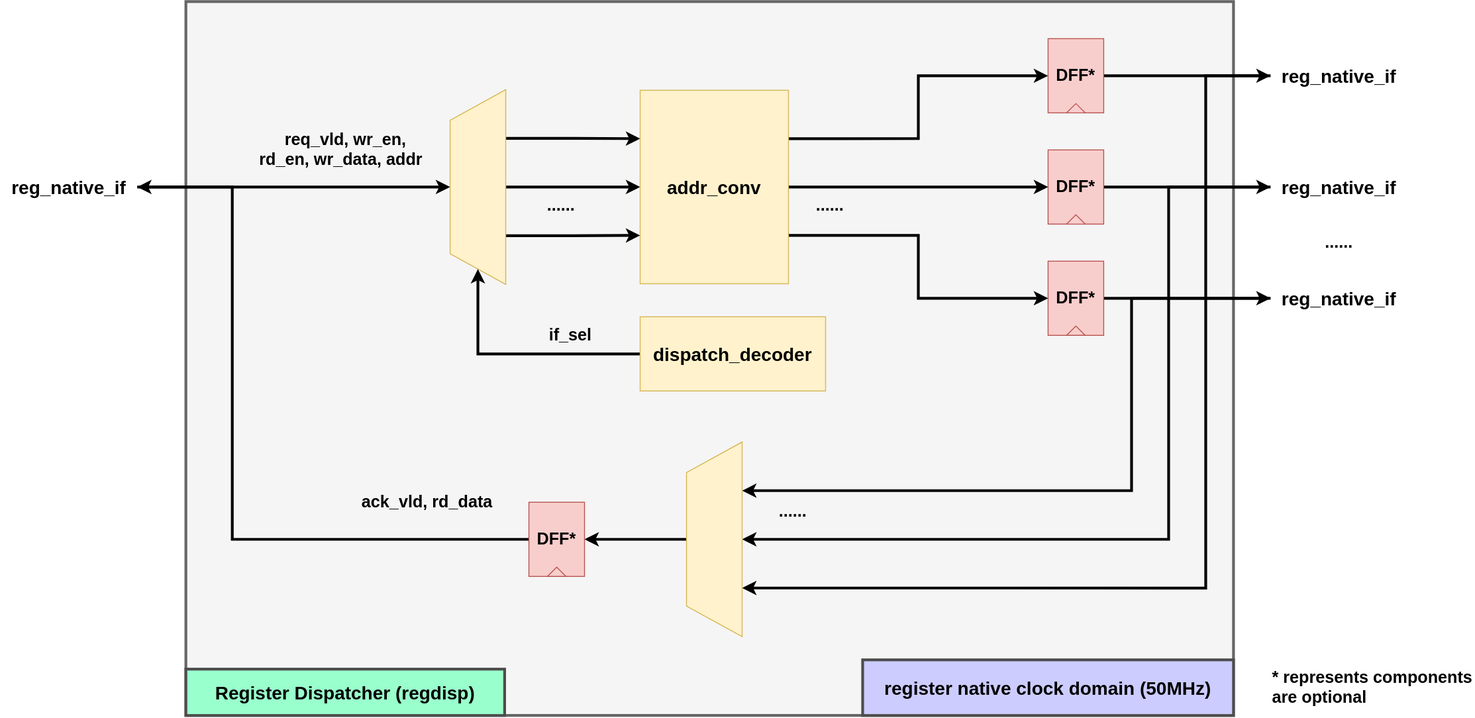
The draw.io diagram docs/pics/regdisp_rtl_infra.svg in howsayhao/hj_reg_auto, before a commit. Source tidied: cells renumbered, new cells last; positions are measured from the earlier drawing's top-left corner, leaving out a move shared by most shapes. Its diagram source:
```xml
<mxGraphModel>
  <root>
    <mxCell id="0" />
    <mxCell id="1" parent="0" />
    <mxCell id="2" style="shape=corner;whiteSpace=wrap;html=1;fillColor=#f5f5f5;dx=1000;dy=910;strokeWidth=3;strokeColor=#666666;fontColor=#333333;fontSize=18;" parent="1" vertex="1">
      <mxGeometry x="200" width="1130" height="770" as="geometry" />
    </mxCell>
    <mxCell id="3" style="edgeStyle=orthogonalEdgeStyle;rounded=0;html=1;exitX=0;exitY=0.5;exitDx=0;exitDy=0;entryX=0.75;entryY=1;entryDx=0;entryDy=0;strokeWidth=3;" parent="1" edge="1" source="4" target="32">
      <mxGeometry relative="1" as="geometry">
        <Array as="points">
          <mxPoint x="1220" y="320" />
          <mxPoint x="1220" y="527" />
        </Array>
      </mxGeometry>
    </mxCell>
    <mxCell id="4" value="reg_native_if" style="rounded=0;whiteSpace=wrap;html=1;fontSize=20;fillColor=none;strokeColor=none;fontStyle=1;" parent="1" vertex="1">
      <mxGeometry x="1370" y="300" width="147.5" height="40" as="geometry" />
    </mxCell>
    <mxCell id="5" style="edgeStyle=orthogonalEdgeStyle;rounded=0;html=1;exitX=1;exitY=0.5;exitDx=0;exitDy=0;entryX=0;entryY=0.5;entryDx=0;entryDy=0;strokeWidth=3;" parent="1" edge="1" source="25" target="9">
      <mxGeometry relative="1" as="geometry" />
    </mxCell>
    <mxCell id="6" style="edgeStyle=orthogonalEdgeStyle;rounded=0;html=1;exitX=1;exitY=0.5;exitDx=0;exitDy=0;strokeWidth=3;entryX=0;entryY=0.5;entryDx=0;entryDy=0;" parent="1" edge="1" source="15" target="11">
      <mxGeometry relative="1" as="geometry" />
    </mxCell>
    <mxCell id="7" style="edgeStyle=orthogonalEdgeStyle;rounded=0;html=1;exitX=1;exitY=0.5;exitDx=0;exitDy=0;entryX=0;entryY=0.5;entryDx=0;entryDy=0;strokeWidth=3;" parent="1" edge="1" source="22" target="4">
      <mxGeometry relative="1" as="geometry" />
    </mxCell>
    <mxCell id="8" style="edgeStyle=orthogonalEdgeStyle;rounded=0;html=1;exitX=0;exitY=0.5;exitDx=0;exitDy=0;entryX=0.25;entryY=1;entryDx=0;entryDy=0;strokeWidth=3;" parent="1" edge="1" source="9" target="32">
      <mxGeometry relative="1" as="geometry">
        <Array as="points">
          <mxPoint x="1300" y="80" />
          <mxPoint x="1300" y="633" />
        </Array>
      </mxGeometry>
    </mxCell>
    <mxCell id="9" value="reg_native_if" style="rounded=0;whiteSpace=wrap;html=1;fontSize=20;fillColor=none;strokeColor=none;fontStyle=1;" parent="1" vertex="1">
      <mxGeometry x="1370" y="60" width="147.5" height="40" as="geometry" />
    </mxCell>
    <mxCell id="10" style="edgeStyle=orthogonalEdgeStyle;rounded=0;html=1;exitX=0;exitY=0.5;exitDx=0;exitDy=0;entryX=0.5;entryY=1;entryDx=0;entryDy=0;strokeWidth=3;" parent="1" edge="1" source="11" target="32">
      <mxGeometry relative="1" as="geometry">
        <Array as="points">
          <mxPoint x="1260" y="200" />
          <mxPoint x="1260" y="580" />
        </Array>
      </mxGeometry>
    </mxCell>
    <mxCell id="11" value="reg_native_if" style="rounded=0;whiteSpace=wrap;html=1;fontSize=20;fillColor=none;strokeColor=none;fontStyle=1;" parent="1" vertex="1">
      <mxGeometry x="1370" y="180" width="147.5" height="40" as="geometry" />
    </mxCell>
    <mxCell id="12" value="Register Dispatcher (regdisp)" style="text;html=1;strokeColor=#4D4D4D;fillColor=#99FFCC;align=center;verticalAlign=middle;whiteSpace=wrap;rounded=0;fontSize=20;fontStyle=1;strokeWidth=3;" parent="1" vertex="1">
      <mxGeometry x="200" y="720" width="343.8" height="50" as="geometry" />
    </mxCell>
    <mxCell id="13" value="&lt;b style=&quot;font-size: 20px&quot;&gt;register native clock domain (50MHz)&lt;/b&gt;" style="rounded=0;whiteSpace=wrap;html=1;fillColor=#CCCCFF;fontSize=20;strokeColor=#4D4D4D;strokeWidth=3;" parent="1" vertex="1">
      <mxGeometry x="930" y="710" width="400" height="60" as="geometry" />
    </mxCell>
    <mxCell id="14" style="group;" parent="1" vertex="1">
      <mxGeometry x="1130" y="160" width="60" height="80" as="geometry" />
    </mxCell>
    <mxCell id="15" value="&lt;b&gt;DFF*&lt;/b&gt;" style="rounded=0;whiteSpace=wrap;html=1;fontSize=18;fillColor=#f8cecc;strokeColor=#b85450;" parent="14" vertex="1">
      <mxGeometry width="60" height="80" as="geometry" />
    </mxCell>
    <mxCell id="16" style="triangle;whiteSpace=wrap;html=1;fontSize=18;rotation=-90;fillColor=#f8cecc;strokeColor=#b85450;" parent="14" vertex="1">
      <mxGeometry x="25" y="65" width="10" height="20" as="geometry" />
    </mxCell>
    <mxCell id="17" style="edgeStyle=orthogonalEdgeStyle;rounded=0;html=1;exitX=0.75;exitY=1;exitDx=0;exitDy=0;entryX=0;entryY=0.25;entryDx=0;entryDy=0;strokeWidth=3;" parent="1" edge="1" source="20" target="36">
      <mxGeometry relative="1" as="geometry" />
    </mxCell>
    <mxCell id="18" style="edgeStyle=orthogonalEdgeStyle;rounded=0;html=1;exitX=0.5;exitY=1;exitDx=0;exitDy=0;entryX=0;entryY=0.5;entryDx=0;entryDy=0;strokeWidth=3;" parent="1" edge="1" source="20" target="36">
      <mxGeometry relative="1" as="geometry" />
    </mxCell>
    <mxCell id="19" style="edgeStyle=orthogonalEdgeStyle;rounded=0;html=1;exitX=0.25;exitY=1;exitDx=0;exitDy=0;entryX=0;entryY=0.75;entryDx=0;entryDy=0;strokeWidth=3;" parent="1" edge="1" source="20" target="36">
      <mxGeometry relative="1" as="geometry" />
    </mxCell>
    <mxCell id="20" style="shape=trapezoid;perimeter=trapezoidPerimeter;whiteSpace=wrap;html=1;fixedSize=1;fontSize=18;fillColor=#fff2cc;strokeColor=#d6b656;rotation=-90;size=33;" parent="1" vertex="1">
      <mxGeometry x="410" y="170" width="210" height="60" as="geometry" />
    </mxCell>
    <mxCell id="21" style="group;" parent="1" vertex="1">
      <mxGeometry x="1130" y="280" width="60" height="80" as="geometry" />
    </mxCell>
    <mxCell id="22" value="&lt;b&gt;DFF*&lt;/b&gt;" style="rounded=0;whiteSpace=wrap;html=1;fontSize=18;fillColor=#f8cecc;strokeColor=#b85450;" parent="21" vertex="1">
      <mxGeometry width="60" height="80" as="geometry" />
    </mxCell>
    <mxCell id="23" style="triangle;whiteSpace=wrap;html=1;fontSize=18;rotation=-90;fillColor=#f8cecc;strokeColor=#b85450;" parent="21" vertex="1">
      <mxGeometry x="25" y="65" width="10" height="20" as="geometry" />
    </mxCell>
    <mxCell id="24" style="group;fontStyle=1;" parent="1" vertex="1">
      <mxGeometry x="1130" y="40" width="60" height="80" as="geometry" />
    </mxCell>
    <mxCell id="25" value="&lt;b&gt;DFF*&lt;/b&gt;" style="rounded=0;whiteSpace=wrap;html=1;fontSize=18;fillColor=#f8cecc;strokeColor=#b85450;" parent="24" vertex="1">
      <mxGeometry width="60" height="80" as="geometry" />
    </mxCell>
    <mxCell id="26" style="triangle;whiteSpace=wrap;html=1;fontSize=18;rotation=-90;fillColor=#f8cecc;strokeColor=#b85450;" parent="24" vertex="1">
      <mxGeometry x="25" y="65" width="10" height="20" as="geometry" />
    </mxCell>
    <mxCell id="27" value="&lt;b&gt;req_vld, wr_en,&lt;br&gt;rd_en, wr_data, addr&amp;nbsp;&amp;nbsp;&lt;/b&gt;" style="text;html=1;strokeColor=none;fillColor=none;align=center;verticalAlign=middle;whiteSpace=wrap;rounded=0;fontSize=18;fontColor=#000000;" parent="1" vertex="1">
      <mxGeometry x="272.3" y="130" width="201.5" height="60" as="geometry" />
    </mxCell>
    <mxCell id="28" style="edgeStyle=orthogonalEdgeStyle;rounded=0;html=1;entryX=0;entryY=0.5;entryDx=0;entryDy=0;strokeWidth=3;" parent="1" edge="1" source="29" target="20">
      <mxGeometry relative="1" as="geometry" />
    </mxCell>
    <mxCell id="29" value="dispatch_decoder" style="rounded=0;whiteSpace=wrap;html=1;fillColor=#fff2cc;fontStyle=1;fontSize=20;strokeColor=#d6b656;" parent="1" vertex="1">
      <mxGeometry x="690" y="340" width="200" height="80" as="geometry" />
    </mxCell>
    <mxCell id="30" style="edgeStyle=orthogonalEdgeStyle;rounded=0;jumpStyle=arc;html=1;strokeWidth=3;exitX=0;exitY=0.5;exitDx=0;exitDy=0;entryX=1;entryY=0.5;entryDx=0;entryDy=0;" parent="1" edge="1" source="43" target="38">
      <mxGeometry relative="1" as="geometry">
        <Array as="points">
          <mxPoint x="250" y="580" />
          <mxPoint x="250" y="200" />
        </Array>
      </mxGeometry>
    </mxCell>
    <mxCell id="31" style="edgeStyle=orthogonalEdgeStyle;rounded=0;html=1;exitX=0.5;exitY=0;exitDx=0;exitDy=0;fontColor=#000000;strokeWidth=3;entryX=1;entryY=0.5;entryDx=0;entryDy=0;" parent="1" edge="1" source="32" target="43">
      <mxGeometry relative="1" as="geometry" />
    </mxCell>
    <mxCell id="32" style="shape=trapezoid;perimeter=trapezoidPerimeter;whiteSpace=wrap;html=1;fixedSize=1;fontSize=18;fillColor=#fff2cc;strokeColor=#d6b656;rotation=-90;size=33;" parent="1" vertex="1">
      <mxGeometry x="665" y="550" width="210" height="60" as="geometry" />
    </mxCell>
    <mxCell id="33" style="edgeStyle=orthogonalEdgeStyle;rounded=0;html=1;exitX=1;exitY=0.75;exitDx=0;exitDy=0;entryX=0;entryY=0.5;entryDx=0;entryDy=0;strokeWidth=3;" parent="1" edge="1" source="36" target="22">
      <mxGeometry relative="1" as="geometry" />
    </mxCell>
    <mxCell id="34" style="edgeStyle=orthogonalEdgeStyle;rounded=0;html=1;exitX=1;exitY=0.5;exitDx=0;exitDy=0;entryX=0;entryY=0.5;entryDx=0;entryDy=0;strokeWidth=3;" parent="1" edge="1" source="36" target="15">
      <mxGeometry relative="1" as="geometry" />
    </mxCell>
    <mxCell id="35" style="edgeStyle=orthogonalEdgeStyle;rounded=0;html=1;exitX=1;exitY=0.25;exitDx=0;exitDy=0;entryX=0;entryY=0.5;entryDx=0;entryDy=0;strokeWidth=3;" parent="1" edge="1" source="36" target="25">
      <mxGeometry relative="1" as="geometry" />
    </mxCell>
    <mxCell id="36" value="addr_conv" style="rounded=0;whiteSpace=wrap;html=1;fillColor=#fff2cc;fontStyle=1;fontSize=20;strokeColor=#d6b656;" parent="1" vertex="1">
      <mxGeometry x="690" y="95.6" width="160" height="208.8" as="geometry" />
    </mxCell>
    <mxCell id="37" style="edgeStyle=orthogonalEdgeStyle;rounded=0;html=1;exitX=1;exitY=0.5;exitDx=0;exitDy=0;entryX=0.5;entryY=0;entryDx=0;entryDy=0;fontColor=#000000;strokeWidth=3;" parent="1" edge="1" source="38" target="20">
      <mxGeometry relative="1" as="geometry" />
    </mxCell>
    <mxCell id="38" value="reg_native_if" style="rounded=0;whiteSpace=wrap;html=1;fontSize=20;fillColor=none;strokeColor=none;fontStyle=1;" parent="1" vertex="1">
      <mxGeometry y="180" width="147.5" height="40" as="geometry" />
    </mxCell>
    <mxCell id="39" value="&lt;b&gt;if_sel&lt;/b&gt;" style="text;html=1;strokeColor=none;fillColor=none;align=center;verticalAlign=middle;whiteSpace=wrap;rounded=0;fontSize=18;fontColor=#000000;" parent="1" vertex="1">
      <mxGeometry x="570" y="340" width="90" height="40" as="geometry" />
    </mxCell>
    <mxCell id="40" value="&lt;b&gt;ack_vld, rd_data&lt;/b&gt;" style="text;html=1;strokeColor=none;fillColor=none;align=center;verticalAlign=middle;whiteSpace=wrap;rounded=0;fontSize=18;fontColor=#000000;" parent="1" vertex="1">
      <mxGeometry x="360" y="510" width="201.5" height="60" as="geometry" />
    </mxCell>
    <mxCell id="41" value="&lt;b&gt;* represents components are optional&lt;/b&gt;" style="text;html=1;strokeColor=none;fillColor=none;align=left;verticalAlign=middle;whiteSpace=wrap;rounded=0;fontSize=18;fontColor=#000000;" parent="1" vertex="1">
      <mxGeometry x="1370" y="710" width="220" height="60" as="geometry" />
    </mxCell>
    <mxCell id="42" style="group;" parent="1" vertex="1">
      <mxGeometry x="570" y="540" width="60" height="80" as="geometry" />
    </mxCell>
    <mxCell id="43" value="&lt;b&gt;DFF*&lt;/b&gt;" style="rounded=0;whiteSpace=wrap;html=1;fontSize=18;fillColor=#f8cecc;strokeColor=#b85450;" parent="42" vertex="1">
      <mxGeometry width="60" height="80" as="geometry" />
    </mxCell>
    <mxCell id="44" style="triangle;whiteSpace=wrap;html=1;fontSize=18;rotation=-90;fillColor=#f8cecc;strokeColor=#b85450;" parent="42" vertex="1">
      <mxGeometry x="25" y="65" width="10" height="20" as="geometry" />
    </mxCell>
    <mxCell id="45" value="&lt;b&gt;......&lt;/b&gt;" style="text;html=1;strokeColor=none;fillColor=none;align=center;verticalAlign=middle;whiteSpace=wrap;rounded=0;fontSize=18;fontColor=#000000;" parent="1" vertex="1">
      <mxGeometry x="1408.8" y="240" width="70" height="40" as="geometry" />
    </mxCell>
    <mxCell id="46" value="&lt;b&gt;......&lt;/b&gt;" style="text;html=1;strokeColor=none;fillColor=none;align=center;verticalAlign=middle;whiteSpace=wrap;rounded=0;fontSize=18;fontColor=#000000;" parent="1" vertex="1">
      <mxGeometry x="860" y="200" width="70" height="40" as="geometry" />
    </mxCell>
    <mxCell id="47" value="&lt;b&gt;......&lt;/b&gt;" style="text;html=1;strokeColor=none;fillColor=none;align=center;verticalAlign=middle;whiteSpace=wrap;rounded=0;fontSize=18;fontColor=#000000;" parent="1" vertex="1">
      <mxGeometry x="570" y="200" width="70" height="40" as="geometry" />
    </mxCell>
    <mxCell id="48" value="&lt;b&gt;......&lt;/b&gt;" style="text;html=1;strokeColor=none;fillColor=none;align=center;verticalAlign=middle;whiteSpace=wrap;rounded=0;fontSize=18;fontColor=#000000;" parent="1" vertex="1">
      <mxGeometry x="820" y="530" width="70" height="40" as="geometry" />
    </mxCell>
  </root>
</mxGraphModel>
```
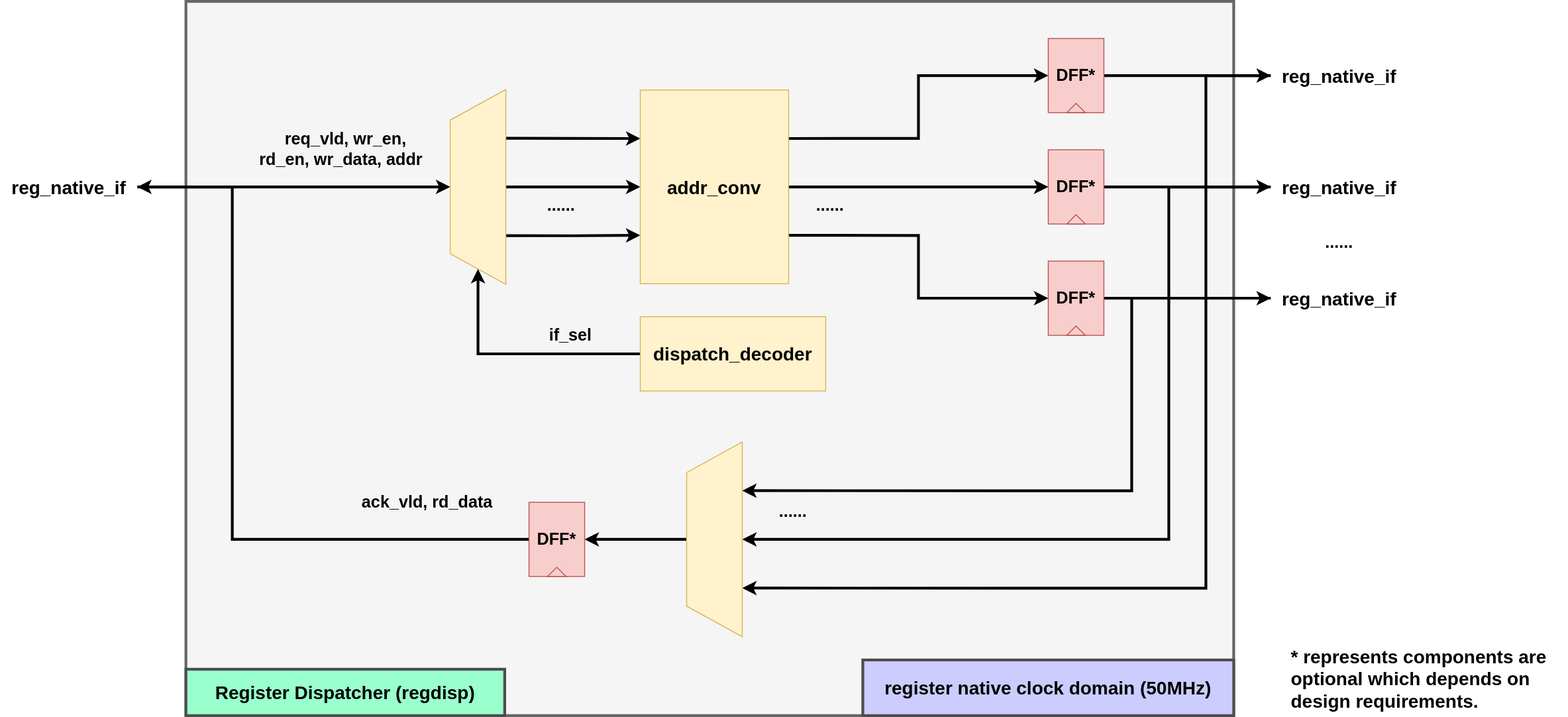
Above is the later version.

The edit, as a diff of the source:
```diff
@@ -139,9 +139,6 @@
     <mxCell id="40" value="&lt;b&gt;ack_vld, rd_data&lt;/b&gt;" style="text;html=1;strokeColor=none;fillColor=none;align=center;verticalAlign=middle;whiteSpace=wrap;rounded=0;fontSize=18;fontColor=#000000;" parent="1" vertex="1">
       <mxGeometry x="360" y="510" width="201.5" height="60" as="geometry" />
     </mxCell>
-    <mxCell id="41" value="&lt;b&gt;* represents components are optional&lt;/b&gt;" style="text;html=1;strokeColor=none;fillColor=none;align=left;verticalAlign=middle;whiteSpace=wrap;rounded=0;fontSize=18;fontColor=#000000;" parent="1" vertex="1">
-      <mxGeometry x="1370" y="710" width="220" height="60" as="geometry" />
-    </mxCell>
     <mxCell id="42" style="group;" parent="1" vertex="1">
       <mxGeometry x="570" y="540" width="60" height="80" as="geometry" />
     </mxCell>
@@ -163,5 +160,8 @@
     <mxCell id="48" value="&lt;b&gt;......&lt;/b&gt;" style="text;html=1;strokeColor=none;fillColor=none;align=center;verticalAlign=middle;whiteSpace=wrap;rounded=0;fontSize=18;fontColor=#000000;" parent="1" vertex="1">
       <mxGeometry x="820" y="530" width="70" height="40" as="geometry" />
     </mxCell>
+    <mxCell id="49" value="&lt;b style=&quot;font-size: 20px&quot;&gt;* represents components are optional which depends on design requirements.&lt;/b&gt;" style="text;html=1;strokeColor=none;fillColor=none;align=left;verticalAlign=middle;whiteSpace=wrap;rounded=0;fontSize=20;fontColor=#000000;" parent="1" vertex="1">
+      <mxGeometry x="1390" y="690" width="300" height="80" as="geometry" />
+    </mxCell>
   </root>
 </mxGraphModel>
```
